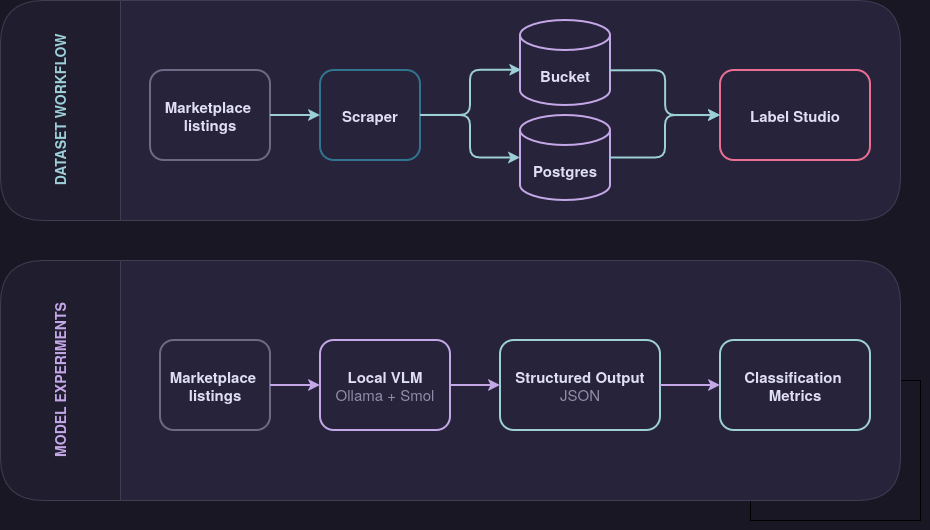
This is public/automated-product-tagging.png from fcoelhomrc/fcoelhomrc.github.io, a draw.io export, as it was before one commit. Source tidied: cells renumbered, new cells last; positions are measured from the earlier drawing's top-left corner, leaving out a move shared by most shapes.
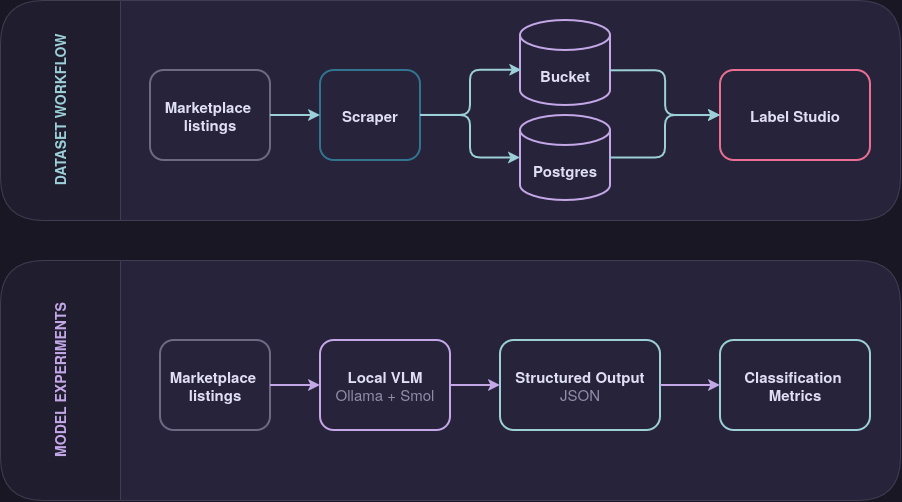
After the change.

Commit message:
fix: diagram was slightly incorrect

Diff of the diagram source:
```diff
@@ -42,11 +42,6 @@
     <mxCell id="13" style="edgeStyle=orthogonalEdgeStyle;rounded=1;html=1;endArrow=classic;endFill=1;strokeColor=#9ccfd8;strokeWidth=2;exitX=1;exitY=0.5;exitDx=0;exitDy=0;exitPerimeter=0;entryX=0;entryY=0.5;entryDx=0;entryDy=0;" parent="2" edge="1" source="5" target="6">
       <mxGeometry relative="1" as="geometry" />
     </mxCell>
-    <mxCell id="14" style="edgeStyle=orthogonalEdgeStyle;rounded=0;jettySize=auto;html=1;exitX=1;exitY=0.5;exitDx=0;exitDy=0;" parent="1" edge="1" source="15">
-      <mxGeometry relative="1" as="geometry">
-        <mxPoint x="750" y="380" as="targetPoint" />
-      </mxGeometry>
-    </mxCell>
     <mxCell id="15" value="MODEL EXPERIMENTS" style="swimlane;horizontal=0;startSize=120;rounded=1;arcSize=12;fillColor=#1f1d2e;swimlaneFillColor=#26233a;strokeColor=#403d52;fontColor=#c4a7e7;fontSize=14;fontStyle=1;html=1;" parent="1" vertex="1">
       <mxGeometry y="260" width="900" height="240" as="geometry" />
     </mxCell>
```
